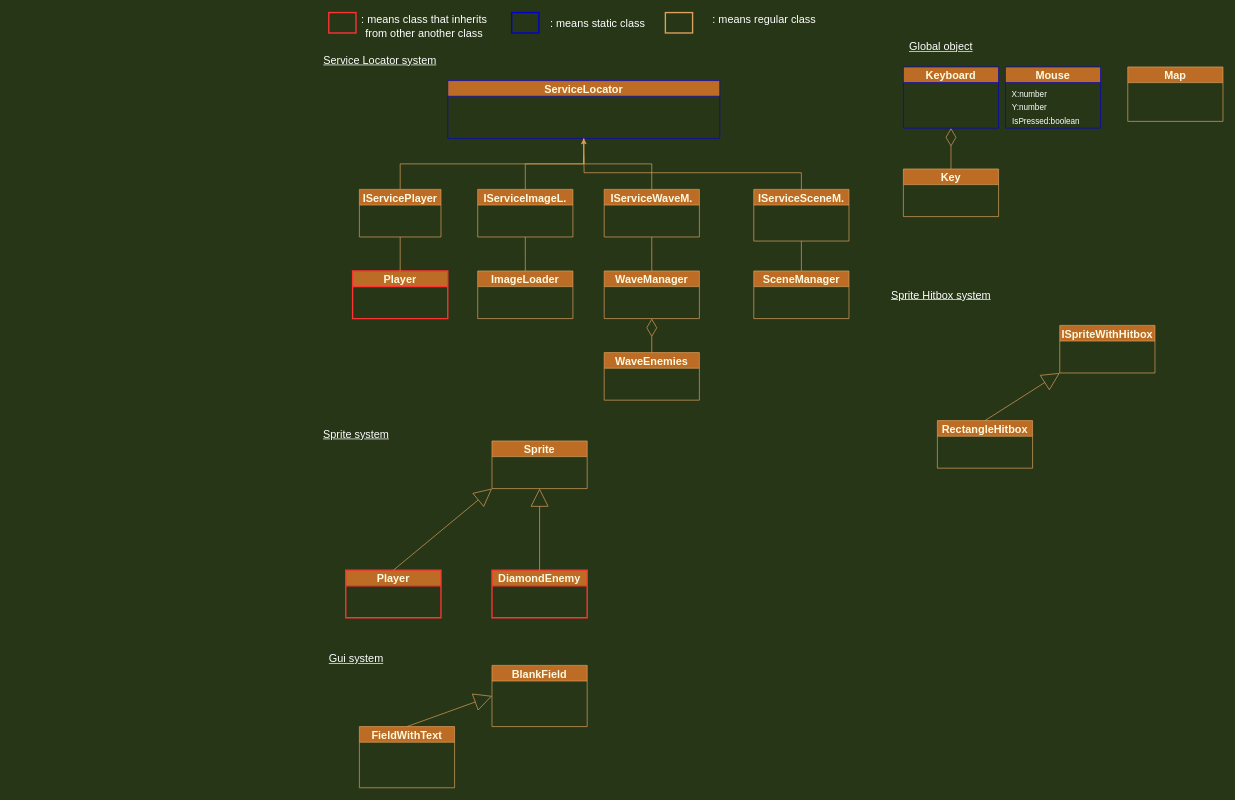
This is flow_chart/Uml.drawio from MounirAia/Web-Shoot-em-up, a draw.io file, before an edit. Source tidied: cells renumbered, new cells numbered last; positions are measured from the earlier drawing's top-left corner, leaving out a move shared by most shapes. Both pictures are drawn from the tidied source at 68%, with x=0, y=0 at pixel (318, 12).
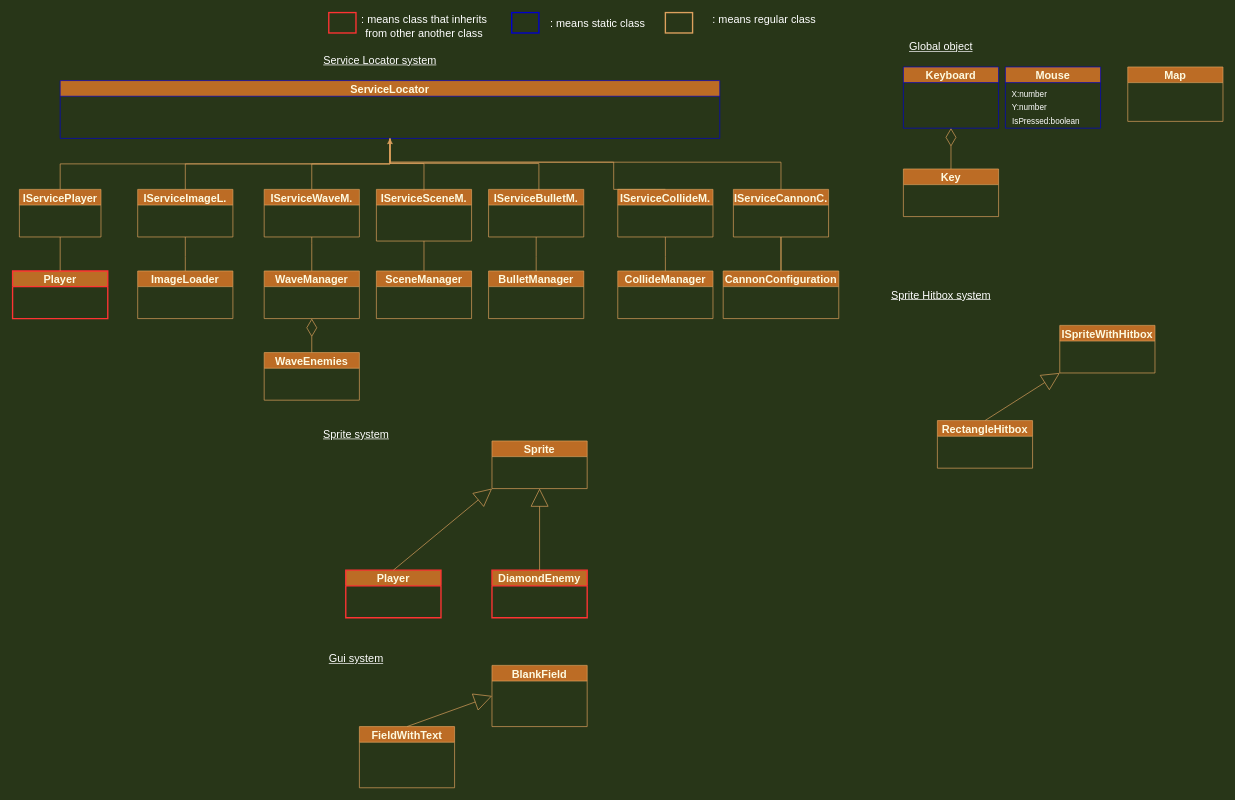
The same diagram, later.

Diff of the diagram source:
```diff
@@
     <mxCell id="2" value="ServiceLocator" style="swimlane;fontSize=16;fillColor=#BC6C25;strokeColor=#0000CC;fontColor=#FEFAE0;" parent="1" vertex="1">
-      <mxGeometry x="190" y="100" width="400" height="85" as="geometry" />
+      <mxGeometry x="-380" y="100" width="970" height="85" as="geometry" />
     </mxCell>
@@
     <mxCell id="4" value="Player" style="swimlane;fontSize=16;fillColor=#BC6C25;strokeColor=#FF3333;fontColor=#FEFAE0;strokeWidth=2;" parent="1" vertex="1">
-      <mxGeometry x="50" y="380" width="140" height="70" as="geometry" />
+      <mxGeometry x="-450" y="380" width="140" height="70" as="geometry" />
     </mxCell>
     <mxCell id="5" style="edgeStyle=orthogonalEdgeStyle;rounded=0;jettySize=auto;html=1;exitX=0.5;exitY=0;exitDx=0;exitDy=0;fontSize=16;endArrow=none;endFill=0;entryX=0.5;entryY=1;entryDx=0;entryDy=0;labelBackgroundColor=#283618;strokeColor=#DDA15E;fontColor=#FEFAE0;" parent="1" edge="1" source="6" target="8">
       <mxGeometry relative="1" as="geometry">
         <Array as="points">
-          <mxPoint x="490" y="340" />
-          <mxPoint x="490" y="340" />
+          <mxPoint x="-10" y="340" />
+          <mxPoint x="-10" y="340" />
         </Array>
       </mxGeometry>
     </mxCell>
     <mxCell id="6" value="WaveManager" style="swimlane;fontSize=16;fillColor=#BC6C25;strokeColor=#DDA15E;fontColor=#FEFAE0;" parent="1" vertex="1">
-      <mxGeometry x="420" y="380" width="140" height="70" as="geometry" />
+      <mxGeometry x="-80" y="380" width="140" height="70" as="geometry" />
     </mxCell>
@@
     <mxCell id="8" value="IServiceWaveM." style="swimlane;fontSize=16;fillColor=#BC6C25;strokeColor=#DDA15E;fontColor=#FEFAE0;" parent="1" vertex="1">
-      <mxGeometry x="420" y="260" width="140" height="70" as="geometry" />
+      <mxGeometry x="-80" y="260" width="140" height="70" as="geometry" />
     </mxCell>
     <mxCell id="9" value="WaveEnemies" style="swimlane;fontSize=16;fillColor=#BC6C25;strokeColor=#DDA15E;fontColor=#FEFAE0;" parent="1" vertex="1">
-      <mxGeometry x="420" y="500" width="140" height="70" as="geometry" />
+      <mxGeometry x="-80" y="500" width="140" height="70" as="geometry" />
     </mxCell>
@@
     <mxCell id="21" style="edgeStyle=orthogonalEdgeStyle;rounded=0;jettySize=auto;html=1;exitX=0.5;exitY=0;exitDx=0;exitDy=0;fontSize=16;endArrow=none;endFill=0;entryX=0.5;entryY=1;entryDx=0;entryDy=0;labelBackgroundColor=#283618;strokeColor=#DDA15E;fontColor=#FEFAE0;" parent="1" edge="1" source="22" target="23">
       <mxGeometry relative="1" as="geometry">
         <Array as="points">
-          <mxPoint x="710" y="340" />
-          <mxPoint x="710" y="340" />
+          <mxPoint x="155" y="340" />
+          <mxPoint x="155" y="340" />
         </Array>
       </mxGeometry>
     </mxCell>
     <mxCell id="22" value="SceneManager" style="swimlane;fontSize=16;fillColor=#BC6C25;strokeColor=#DDA15E;fontColor=#FEFAE0;" parent="1" vertex="1">
-      <mxGeometry x="640" y="380" width="140" height="70" as="geometry" />
+      <mxGeometry x="85" y="380" width="140" height="70" as="geometry" />
     </mxCell>
     <mxCell id="23" value="IServiceSceneM." style="swimlane;fontSize=16;fillColor=#BC6C25;strokeColor=#DDA15E;fontColor=#FEFAE0;" parent="1" vertex="1">
-      <mxGeometry x="640" y="260" width="140" height="76" as="geometry" />
+      <mxGeometry x="85" y="260" width="140" height="76" as="geometry" />
     </mxCell>
-    <mxCell id="24" style="edgeStyle=orthogonalEdgeStyle;rounded=0;jettySize=auto;html=1;fontSize=16;endArrow=none;endFill=0;labelBackgroundColor=#283618;strokeColor=#DDA15E;fontColor=#FEFAE0;exitX=0.5;exitY=0;exitDx=0;exitDy=0;" parent="1" edge="1" source="23">
+    <mxCell id="24" style="edgeStyle=orthogonalEdgeStyle;rounded=0;orthogonalLoop=1;jettySize=auto;html=1;fontSize=16;endArrow=none;endFill=0;labelBackgroundColor=#283618;strokeColor=#DDA15E;fontColor=#FEFAE0;exitX=0.5;exitY=0;exitDx=0;exitDy=0;entryX=0.5;entryY=1;entryDx=0;entryDy=0;" parent="1" edge="1">
       <mxGeometry relative="1" as="geometry">
-        <mxPoint x="390" y="210" as="targetPoint" />
+        <mxPoint x="155" y="262" as="sourcePoint" />
+        <mxPoint x="105" y="187" as="targetPoint" />
+        <Array as="points">
+          <mxPoint x="155" y="222" />
+          <mxPoint x="105" y="222" />
+        </Array>
       </mxGeometry>
     </mxCell>
     <mxCell id="25" value="IServicePlayer" style="swimlane;fontSize=16;fillColor=#BC6C25;strokeColor=#DDA15E;fontColor=#FEFAE0;" parent="1" vertex="1">
-      <mxGeometry x="60" y="260" width="120" height="70" as="geometry" />
+      <mxGeometry x="-440" y="260" width="120" height="70" as="geometry" />
     </mxCell>
@@
     <mxCell id="28" style="edgeStyle=orthogonalEdgeStyle;rounded=0;jettySize=auto;html=1;exitX=0.5;exitY=0;exitDx=0;exitDy=0;fontSize=16;endArrow=none;endFill=0;entryX=0.5;entryY=1;entryDx=0;entryDy=0;labelBackgroundColor=#283618;strokeColor=#DDA15E;fontColor=#FEFAE0;" parent="1" edge="1" source="29" target="30">
       <mxGeometry relative="1" as="geometry">
         <Array as="points">
-          <mxPoint x="304" y="359" />
-          <mxPoint x="304" y="359" />
+          <mxPoint x="-196" y="359" />
+          <mxPoint x="-196" y="359" />
         </Array>
       </mxGeometry>
     </mxCell>
     <mxCell id="29" value="ImageLoader" style="swimlane;fontSize=16;fillColor=#BC6C25;strokeColor=#DDA15E;fontColor=#FEFAE0;" parent="1" vertex="1">
-      <mxGeometry x="234" y="380" width="140" height="70" as="geometry" />
+      <mxGeometry x="-266" y="380" width="140" height="70" as="geometry" />
     </mxCell>
     <mxCell id="30" value="IServiceImageL." style="swimlane;fontSize=16;fillColor=#BC6C25;strokeColor=#DDA15E;fontColor=#FEFAE0;" parent="1" vertex="1">
-      <mxGeometry x="234" y="260" width="140" height="70" as="geometry" />
+      <mxGeometry x="-266" y="260" width="140" height="70" as="geometry" />
     </mxCell>
@@
+    <mxCell id="51" style="edgeStyle=orthogonalEdgeStyle;rounded=0;jettySize=auto;html=1;exitX=0.5;exitY=0;exitDx=0;exitDy=0;fontSize=16;endArrow=none;endFill=0;entryX=0.5;entryY=1;entryDx=0;entryDy=0;labelBackgroundColor=#283618;strokeColor=#DDA15E;fontColor=#FEFAE0;" parent="1" edge="1" source="52" target="53">
+      <mxGeometry relative="1" as="geometry">
+        <Array as="points">
+          <mxPoint x="320" y="359" />
+          <mxPoint x="320" y="359" />
+        </Array>
+      </mxGeometry>
+    </mxCell>
+    <mxCell id="52" value="BulletManager" style="swimlane;fontSize=16;fillColor=#BC6C25;strokeColor=#DDA15E;fontColor=#FEFAE0;startSize=23;" parent="1" vertex="1">
+      <mxGeometry x="250" y="380" width="140" height="70" as="geometry" />
+    </mxCell>
+    <mxCell id="53" value="IServiceBulletM." style="swimlane;fontSize=16;fillColor=#BC6C25;strokeColor=#DDA15E;fontColor=#FEFAE0;" parent="1" vertex="1">
+      <mxGeometry x="250" y="260" width="140" height="70" as="geometry" />
+    </mxCell>
+    <mxCell id="54" style="edgeStyle=orthogonalEdgeStyle;rounded=0;orthogonalLoop=1;jettySize=auto;html=1;fontSize=16;endArrow=none;endFill=0;labelBackgroundColor=#283618;strokeColor=#DDA15E;fontColor=#FEFAE0;exitX=0.5;exitY=0;exitDx=0;exitDy=0;entryX=0.5;entryY=1;entryDx=0;entryDy=0;" parent="1" edge="1">
+      <mxGeometry relative="1" as="geometry">
+        <mxPoint x="324" y="262" as="sourcePoint" />
+        <mxPoint x="105" y="187" as="targetPoint" />
+        <Array as="points">
+          <mxPoint x="324" y="222" />
+          <mxPoint x="105" y="222" />
+        </Array>
+      </mxGeometry>
+    </mxCell>
+    <mxCell id="55" style="edgeStyle=orthogonalEdgeStyle;rounded=0;jettySize=auto;html=1;exitX=0.5;exitY=0;exitDx=0;exitDy=0;fontSize=16;endArrow=none;endFill=0;entryX=0.5;entryY=1;entryDx=0;entryDy=0;labelBackgroundColor=#283618;strokeColor=#DDA15E;fontColor=#FEFAE0;" parent="1" edge="1" source="56" target="57">
+      <mxGeometry relative="1" as="geometry">
+        <Array as="points">
+          <mxPoint x="510" y="359" />
+          <mxPoint x="510" y="359" />
+        </Array>
+      </mxGeometry>
+    </mxCell>
+    <mxCell id="56" value="CollideManager" style="swimlane;fontSize=16;fillColor=#BC6C25;strokeColor=#DDA15E;fontColor=#FEFAE0;startSize=23;" parent="1" vertex="1">
+      <mxGeometry x="440" y="380" width="140" height="70" as="geometry" />
+    </mxCell>
+    <mxCell id="57" value="IServiceCollideM." style="swimlane;fontSize=16;fillColor=#BC6C25;strokeColor=#DDA15E;fontColor=#FEFAE0;" parent="1" vertex="1">
+      <mxGeometry x="440" y="260" width="140" height="70" as="geometry" />
+    </mxCell>
+    <mxCell id="58" style="edgeStyle=orthogonalEdgeStyle;rounded=0;jettySize=auto;html=1;fontSize=16;endArrow=none;endFill=0;labelBackgroundColor=#283618;strokeColor=#DDA15E;fontColor=#FEFAE0;exitX=0.5;exitY=0;exitDx=0;exitDy=0;entryX=0.5;entryY=1;entryDx=0;entryDy=0;" parent="1" edge="1" source="57" target="2">
+      <mxGeometry relative="1" as="geometry">
+        <Array as="points">
+          <mxPoint x="434" y="260" />
+          <mxPoint x="434" y="220" />
+          <mxPoint x="105" y="220" />
+        </Array>
+      </mxGeometry>
+    </mxCell>
+    <mxCell id="59" style="rounded=0;jettySize=auto;html=1;fillColor=#ffe6cc;strokeColor=#DDA15E;shape=link;width=-0.4761904761904763;" parent="1" edge="1" source="60" target="61">
+      <mxGeometry relative="1" as="geometry" />
+    </mxCell>
+    <mxCell id="60" value="IServiceCannonC." style="swimlane;fontSize=16;fillColor=#BC6C25;strokeColor=#DDA15E;fontColor=#FEFAE0;" parent="1" vertex="1">
+      <mxGeometry x="610" y="260" width="140" height="70" as="geometry" />
+    </mxCell>
+    <mxCell id="61" value="CannonConfiguration" style="swimlane;fontSize=16;fillColor=#BC6C25;strokeColor=#DDA15E;fontColor=#FEFAE0;" parent="1" vertex="1">
+      <mxGeometry x="595" y="380" width="170" height="70" as="geometry" />
+    </mxCell>
+    <mxCell id="62" style="edgeStyle=orthogonalEdgeStyle;rounded=0;jettySize=auto;html=1;fontSize=16;endArrow=none;endFill=0;labelBackgroundColor=#283618;strokeColor=#DDA15E;fontColor=#FEFAE0;exitX=0.5;exitY=0;exitDx=0;exitDy=0;entryX=0.5;entryY=1;entryDx=0;entryDy=0;" parent="1" edge="1" source="60" target="2">
+      <mxGeometry relative="1" as="geometry">
+        <Array as="points">
+          <mxPoint x="680" y="220" />
+          <mxPoint x="105" y="220" />
+        </Array>
+      </mxGeometry>
+    </mxCell>
```
